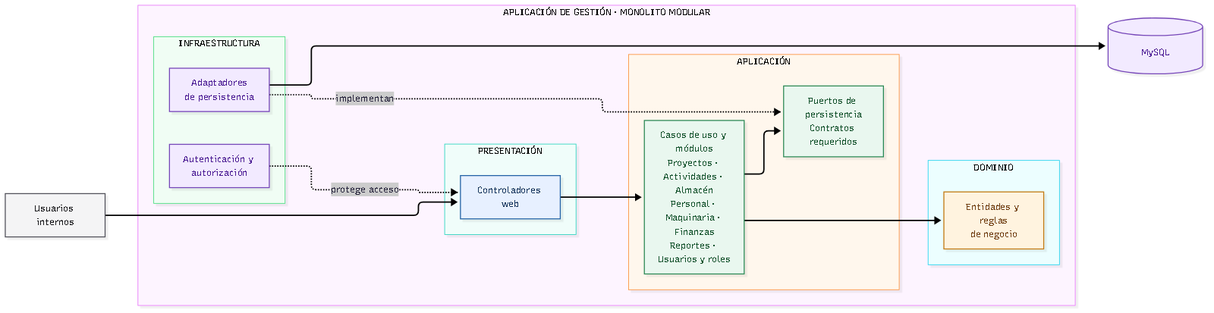
This is img/nivel3-componentes.png from dostinarroyo/Constructora-arquitSoft-02-Dostin_Arroyo, a Mermaid export, as it was before one commit. Its source is kept beside it as img/fuentes/nivel3-componentes.mmd.
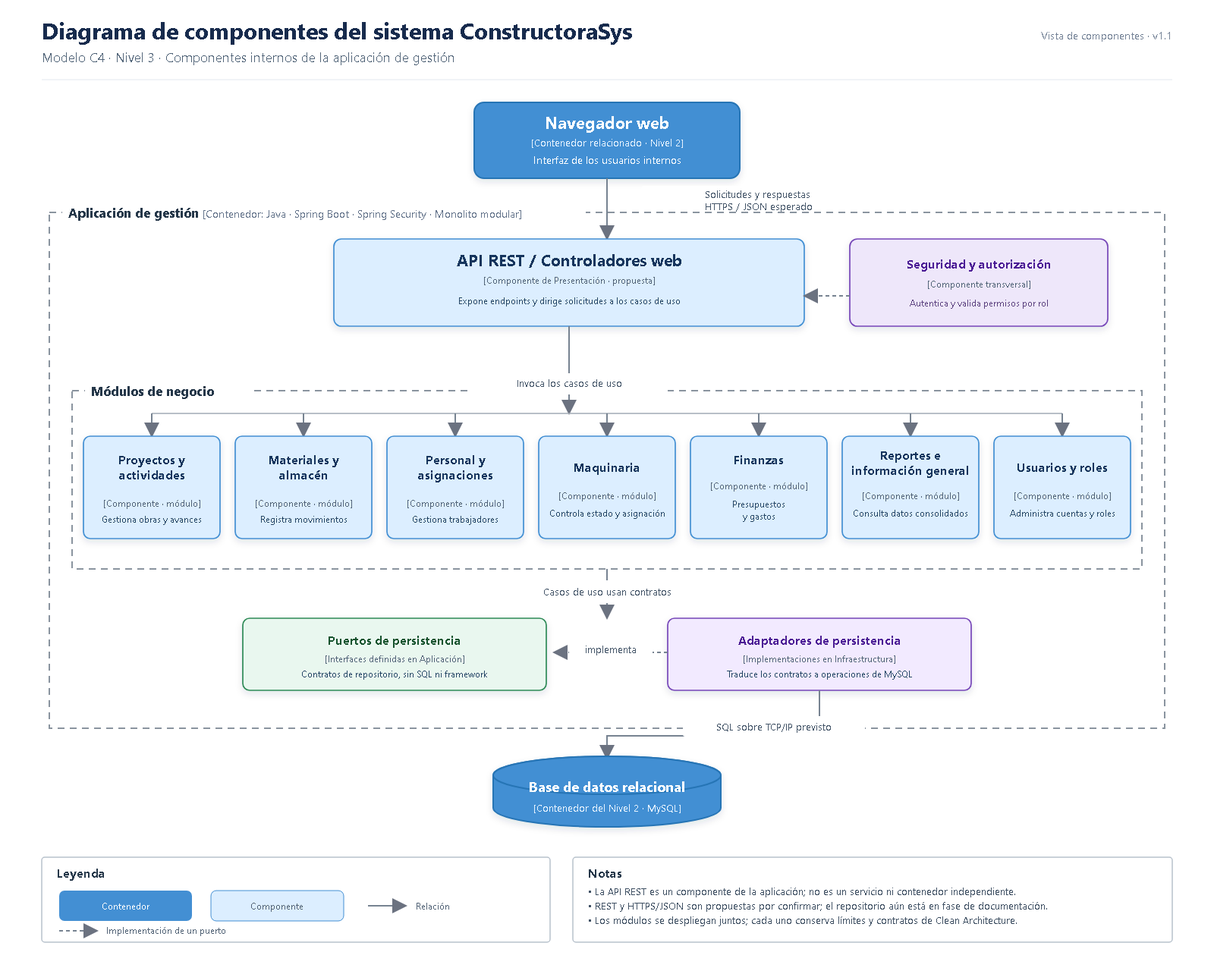
After the commit.

Commit message:
docs: actualizar diagrama de componentes

The edit, as a diff of the source:
```diff
@@ -1,49 +1,59 @@
-flowchart LR
-    user["Usuarios internos"]
+flowchart TB
+    browser["Navegador web<br/>[Contenedor del Nivel 2]<br/>Interfaz de los usuarios internos"]
 
-    subgraph system["APLICACIÓN DE GESTIÓN · MONOLITO MODULAR"]
-        direction LR
-        subgraph presentation["PRESENTACIÓN"]
-            direction TB
-            controller["Controladores web"]
+    subgraph app["APLICACIÓN DE GESTIÓN · JAVA · SPRING BOOT · MONOLITO MODULAR"]
+        direction TB
+        api["API REST / Controladores web<br/>[Componente de Presentación]<br/>Expone endpoints y dirige solicitudes a casos de uso"]
+        security["Seguridad y autorización<br/>[Componente transversal]<br/>Autentica y valida permisos por rol"]
+
+        subgraph modules["MÓDULOS DE NEGOCIO"]
+            direction LR
+            projects["Proyectos y actividades"]
+            warehouse["Materiales y almacén"]
+            staff["Personal y asignaciones"]
+            machinery["Maquinaria"]
+            finance["Finanzas<br/>Presupuestos y gastos"]
+            reports["Reportes e información general"]
+            users["Usuarios y roles"]
         end
 
-        subgraph application["APLICACIÓN"]
-            direction TB
-            usecases["Casos de uso y módulos<br/>Proyectos · Actividades · Almacén<br/>Personal · Maquinaria · Finanzas<br/>Reportes · Usuarios y roles"]
-            ports["Puertos de persistencia<br/>Contratos requeridos"]
-        end
-
-        subgraph domain["DOMINIO"]
-            direction TB
-            entities["Entidades y reglas<br/>de negocio"]
-        end
-
-        subgraph infrastructure["INFRAESTRUCTURA"]
-            direction TB
-            security["Autenticación y autorización"]
-            adapters["Adaptadores<br/>de persistencia"]
-        end
+        ports["Puertos de persistencia<br/>[Interfaces definidas en Aplicación]"]
+        adapters["Adaptadores de persistencia<br/>[Implementaciones en Infraestructura]"]
     end
 
-    db[("MySQL")]
+    db[("Base de datos relacional<br/>[Contenedor del Nivel 2 · MySQL]")]
 
-    user --> controller
-    controller --> usecases
-    usecases --> entities
-    usecases --> ports
-    adapters -. "implementan" .-> ports
-    adapters --> db
-    security -. "protege acceso" .-> controller
+    browser -->|"HTTPS / JSON esperado"| api
+    security -.->|"Protege endpoints y operaciones"| api
+    api -->|"Invoca casos de uso"| projects
+    api --> warehouse
+    api --> staff
+    api --> machinery
+    api --> finance
+    api --> reports
+    api --> users
+    projects -->|"Consulta y persiste mediante contratos"| ports
+    warehouse --> ports
+    staff --> ports
+    machinery --> ports
+    finance --> ports
+    reports --> ports
+    users --> ports
+    adapters -.->|"Implementa"| ports
+    adapters -->|"SQL sobre TCP/IP previsto"| db
 
-    classDef userStyle fill:#f4f4f5,stroke:#52525b,color:#18181b,stroke-width:1.5px
-    classDef presentationStyle fill:#e7f0ff,stroke:#2563a6,color:#17365d,stroke-width:1.5px
-    classDef applicationStyle fill:#e9f7ef,stroke:#2d8a57,color:#14532d,stroke-width:1.5px
-    classDef domainStyle fill:#fff3df,stroke:#c27a12,color:#713f12,stroke-width:1.5px
-    classDef infrastructureStyle fill:#f2eaff,stroke:#7646b8,color:#4c1d95,stroke-width:1.5px
+    classDef containerStyle fill:#438FD3,stroke:#2674B5,color:#FFFFFF,stroke-width:2px
+    classDef apiStyle fill:#438FD3,stroke:#2674B5,color:#FFFFFF,stroke-width:2px
+    classDef securityStyle fill:#EEE7FA,stroke:#7646B8,color:#4C1D95,stroke-width:1.5px
+    classDef moduleStyle fill:#DCEEFF,stroke:#438FD3,color:#17365D,stroke-width:1.5px
+    classDef portStyle fill:#E9F7EF,stroke:#2D8A57,color:#14532D,stroke-width:1.5px
+    classDef adapterStyle fill:#F2EAFF,stroke:#7646B8,color:#4C1D95,stroke-width:1.5px
+    classDef databaseStyle fill:#438FD3,stroke:#2674B5,color:#FFFFFF,stroke-width:2px
 
-    class user userStyle
-    class controller presentationStyle
-    class usecases,ports applicationStyle
-    class entities domainStyle
-    class security,adapters,db infrastructureStyle
+    class browser containerStyle
+    class api apiStyle
+    class security securityStyle
+    class projects,warehouse,staff,machinery,finance,reports,users moduleStyle
+    class ports portStyle
+    class adapters adapterStyle
+    class db databaseStyle
```
